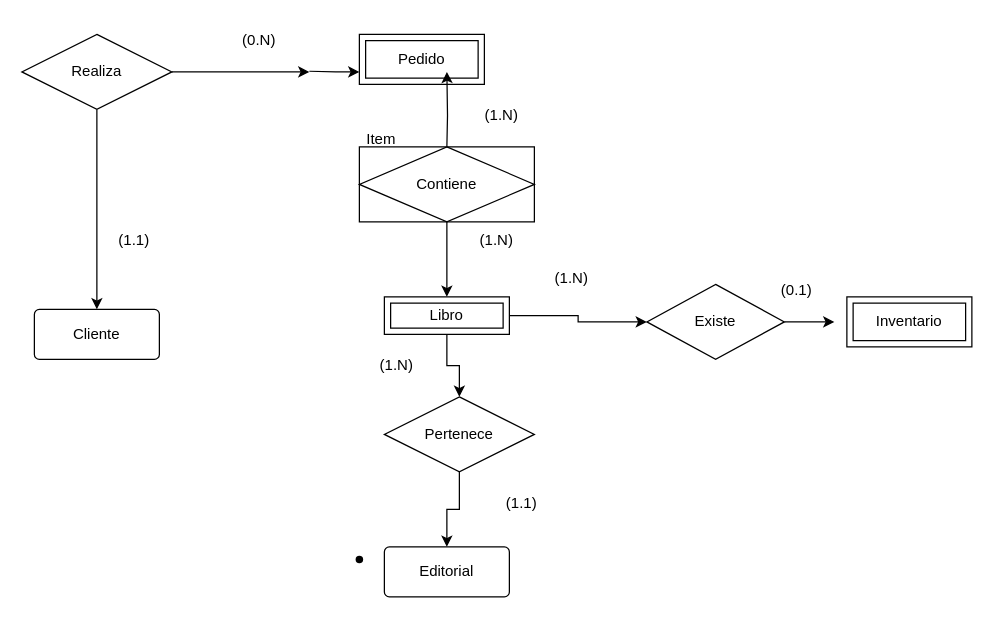
The draw.io diagram db/modelo.drawio in Sergio-Tolaba/ds_ej, before the edit. Source tidied: cells renumbered, new cells numbered last; positions are measured from the earlier drawing's top-left corner, leaving out a move shared by most shapes. Both pictures are drawn from the tidied source at 125%, with x=0, y=0 at pixel (21, 21).
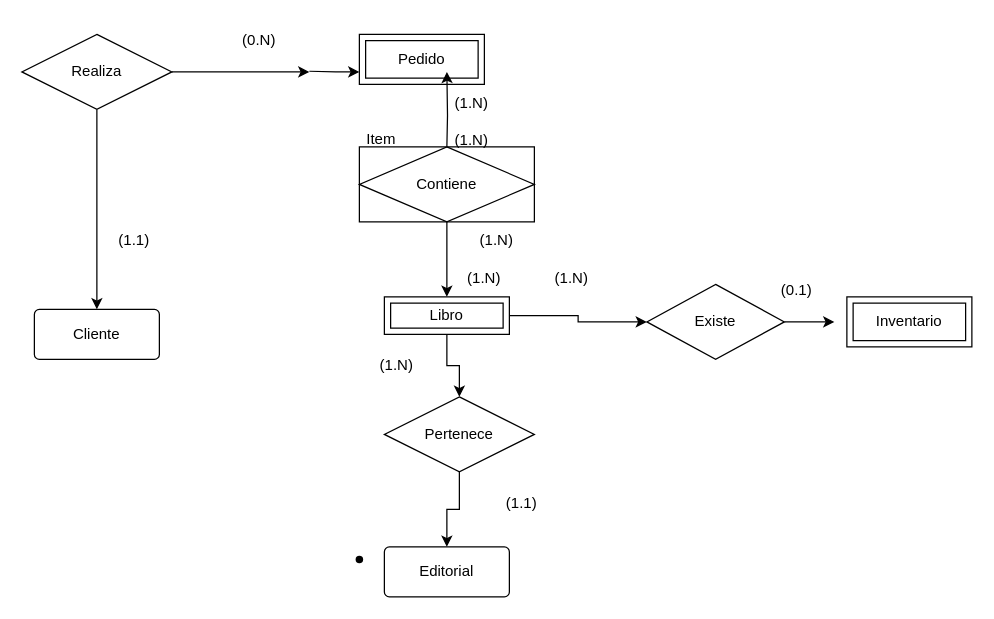
The same diagram, later.

Commit message:
Mayor detalle de la relación c/Entidad Asociativar modelo.drawio

Change to the diagram source:
```diff
@@
     <mxCell id="17" value="(1.N)" style="text;html=1;align=center;verticalAlign=middle;whiteSpace=wrap;rounded=0;" parent="1" vertex="1">
-      <mxGeometry x="354" y="60" width="60" height="30" as="geometry" />
+      <mxGeometry x="330" y="50" width="60" height="30" as="geometry" />
     </mxCell>
@@
+    <mxCell id="31" value="(1.N)" style="text;html=1;align=center;verticalAlign=middle;whiteSpace=wrap;rounded=0;" parent="1" vertex="1">
+      <mxGeometry x="330" y="80" width="60" height="30" as="geometry" />
+    </mxCell>
+    <mxCell id="32" value="(1.N)" style="text;html=1;align=center;verticalAlign=middle;whiteSpace=wrap;rounded=0;" parent="1" vertex="1">
+      <mxGeometry x="340" y="190" width="60" height="30" as="geometry" />
+    </mxCell>
```
